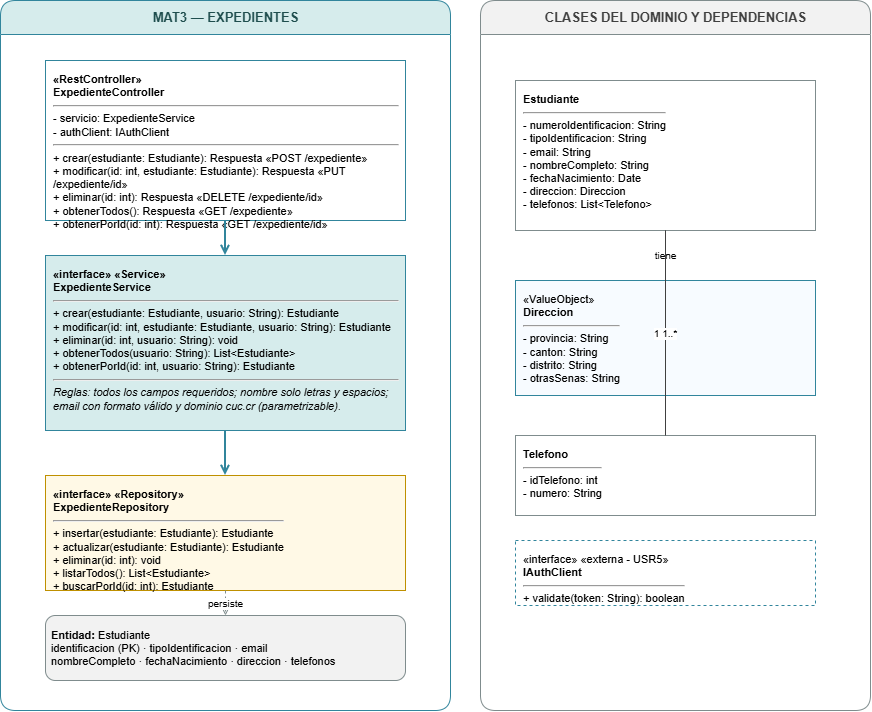
Before: Documentacion/Diagramas Generales/Clases/Microservicios/DiagramaClases_AdministracionExpedientes.png, a diagram exported from draw.io (AskingManCode/MetaU). Source tidied: cells renumbered, new cells last; positions are measured from the earlier drawing's top-left corner, leaving out a move shared by most shapes. Source of this version:
```xml
<mxGraphModel>
  <root>
    <mxCell id="0" />
    <mxCell id="1" parent="0" />
    <mxCell id="2" value="MAT3 — EXPEDIENTES" style="swimlane;html=1;startSize=34;horizontal=1;rounded=1;fillColor=#D6ECEC;swimlaneFillColor=#FFFFFF;strokeColor=#31859C;fontColor=#1F4E4E;fontStyle=1;fontSize=13;" parent="1" vertex="1">
      <mxGeometry width="450" height="710" as="geometry" />
    </mxCell>
    <mxCell id="3" value="CLASES DEL DOMINIO Y DEPENDENCIAS" style="swimlane;html=1;startSize=34;horizontal=1;rounded=1;fillColor=#F2F2F2;swimlaneFillColor=#FFFFFF;strokeColor=#7F8C8D;fontColor=#404040;fontStyle=1;fontSize=13;" parent="1" vertex="1">
      <mxGeometry x="480" width="390" height="710" as="geometry" />
    </mxCell>
    <mxCell id="4" value="&lt;b&gt;&amp;laquo;RestController&amp;raquo;&lt;br&gt;ExpedienteController&lt;/b&gt;&lt;hr&gt;- servicio: ExpedienteService&lt;br&gt;- authClient: IAuthClient&lt;hr&gt;+ crear(estudiante: Estudiante): Respuesta  &amp;laquo;POST /expediente&amp;raquo;&lt;br&gt;+ modificar(id: int, estudiante: Estudiante): Respuesta  &amp;laquo;PUT /expediente/id&amp;raquo;&lt;br&gt;+ eliminar(id: int): Respuesta  &amp;laquo;DELETE /expediente/id&amp;raquo;&lt;br&gt;+ obtenerTodos(): Respuesta  &amp;laquo;GET /expediente&amp;raquo;&lt;br&gt;+ obtenerPorId(id: int): Respuesta  &amp;laquo;GET /expediente/id&amp;raquo;" style="rounded=0;whiteSpace=wrap;html=1;align=left;verticalAlign=top;spacing=8;fillColor=#FFFFFF;strokeColor=#31859C;fontSize=11;" parent="1" vertex="1">
      <mxGeometry x="45" y="60" width="360" height="160" as="geometry" />
    </mxCell>
    <mxCell id="5" value="&lt;b&gt;&amp;laquo;interface&amp;raquo; &amp;laquo;Service&amp;raquo;&lt;br&gt;ExpedienteService&lt;/b&gt;&lt;hr&gt;+ crear(estudiante: Estudiante, usuario: String): Estudiante&lt;br&gt;+ modificar(id: int, estudiante: Estudiante, usuario: String): Estudiante&lt;br&gt;+ eliminar(id: int, usuario: String): void&lt;br&gt;+ obtenerTodos(usuario: String): List&amp;lt;Estudiante&amp;gt;&lt;br&gt;+ obtenerPorId(id: int, usuario: String): Estudiante&lt;hr&gt;&lt;i&gt;Reglas: todos los campos requeridos; nombre solo letras y espacios; email con formato válido y dominio cuc.cr (parametrizable).&lt;/i&gt;" style="rounded=0;whiteSpace=wrap;html=1;align=left;verticalAlign=top;spacing=8;fillColor=#D6ECEC;strokeColor=#31859C;fontSize=11;" parent="1" vertex="1">
      <mxGeometry x="45" y="255" width="360" height="175" as="geometry" />
    </mxCell>
    <mxCell id="6" value="&lt;b&gt;&amp;laquo;interface&amp;raquo; &amp;laquo;Repository&amp;raquo;&lt;br&gt;ExpedienteRepository&lt;/b&gt;&lt;hr&gt;+ insertar(estudiante: Estudiante): Estudiante&lt;br&gt;+ actualizar(estudiante: Estudiante): Estudiante&lt;br&gt;+ eliminar(id: int): void&lt;br&gt;+ listarTodos(): List&amp;lt;Estudiante&amp;gt;&lt;br&gt;+ buscarPorId(id: int): Estudiante" style="rounded=0;whiteSpace=wrap;html=1;align=left;verticalAlign=top;spacing=8;fillColor=#FFF9E6;strokeColor=#BF9000;fontSize=11;" parent="1" vertex="1">
      <mxGeometry x="45" y="475" width="360" height="115" as="geometry" />
    </mxCell>
    <mxCell id="7" value="&lt;b&gt;Entidad:&lt;/b&gt; Estudiante&lt;br&gt;identificacion (PK) · tipoIdentificacion · email&lt;br&gt;nombreCompleto · fechaNacimiento · direccion · telefonos" style="rounded=1;whiteSpace=wrap;html=1;fillColor=#F2F2F2;strokeColor=#7F8C8D;fontSize=11;align=left;spacing=6;" parent="1" vertex="1">
      <mxGeometry x="45" y="615" width="360" height="65" as="geometry" />
    </mxCell>
    <mxCell id="8" style="edgeStyle=orthogonalEdgeStyle;rounded=0;html=1;endArrow=open;endFill=0;strokeWidth=2;strokeColor=#31859C;" parent="1" vertex="1" edge="1" source="4" target="5">
      <mxGeometry relative="1" as="geometry" />
    </mxCell>
    <mxCell id="9" style="edgeStyle=orthogonalEdgeStyle;rounded=0;html=1;endArrow=open;endFill=0;strokeWidth=2;strokeColor=#31859C;" parent="1" vertex="1" edge="1" source="5" target="6">
      <mxGeometry relative="1" as="geometry" />
    </mxCell>
    <mxCell id="10" value="persiste" style="edgeStyle=orthogonalEdgeStyle;rounded=0;html=1;endArrow=open;endFill=0;dashed=1;strokeColor=#7F8C8D;fontSize=10;" parent="1" vertex="1" edge="1" source="6" target="7">
      <mxGeometry relative="1" as="geometry" />
    </mxCell>
    <mxCell id="11" value="&lt;b&gt;Estudiante&lt;/b&gt;&lt;hr&gt;- numeroIdentificacion: String&lt;br&gt;- tipoIdentificacion: String&lt;br&gt;- email: String&lt;br&gt;- nombreCompleto: String&lt;br&gt;- fechaNacimiento: Date&lt;br&gt;- direccion: Direccion&lt;br&gt;- telefonos: List&amp;lt;Telefono&amp;gt;" style="rounded=0;whiteSpace=wrap;html=1;align=left;verticalAlign=top;spacing=8;fillColor=#FFFFFF;strokeColor=#7F8C8D;fontSize=11;" parent="1" vertex="1">
      <mxGeometry x="515" y="80" width="300" height="150" as="geometry" />
    </mxCell>
    <mxCell id="12" value="&amp;laquo;ValueObject&amp;raquo;&lt;br&gt;&lt;b&gt;Direccion&lt;/b&gt;&lt;hr&gt;- provincia: String&lt;br&gt;- canton: String&lt;br&gt;- distrito: String&lt;br&gt;- otrasSenas: String" style="rounded=0;whiteSpace=wrap;html=1;align=left;verticalAlign=top;spacing=8;fillColor=#F7FBFF;strokeColor=#31859C;fontSize=11;" parent="1" vertex="1">
      <mxGeometry x="515" y="280" width="300" height="115" as="geometry" />
    </mxCell>
    <mxCell id="13" value="&lt;b&gt;Telefono&lt;/b&gt;&lt;hr&gt;- idTelefono: int&lt;br&gt;- numero: String" style="rounded=0;whiteSpace=wrap;html=1;align=left;verticalAlign=top;spacing=8;fillColor=#FFFFFF;strokeColor=#7F8C8D;fontSize=11;" parent="1" vertex="1">
      <mxGeometry x="515" y="435" width="300" height="80" as="geometry" />
    </mxCell>
    <mxCell id="14" value="tiene" style="edgeStyle=orthogonalEdgeStyle;rounded=0;html=1;endArrow=none;startArrow=none;strokeColor=#404040;fontSize=10;" parent="1" vertex="1" edge="1" source="11" target="12">
      <mxGeometry relative="1" as="geometry" />
    </mxCell>
    <mxCell id="15" value="1        1..*" style="edgeStyle=orthogonalEdgeStyle;rounded=0;html=1;endArrow=none;startArrow=none;strokeColor=#404040;fontSize=10;" parent="1" vertex="1" edge="1" source="11" target="13">
      <mxGeometry relative="1" as="geometry" />
    </mxCell>
    <mxCell id="16" value="&amp;laquo;interface&amp;raquo; &amp;laquo;externa - USR5&amp;raquo;&lt;br&gt;&lt;b&gt;IAuthClient&lt;/b&gt;&lt;hr&gt;+ validate(token: String): boolean" style="rounded=0;whiteSpace=wrap;html=1;align=left;verticalAlign=top;spacing=8;dashed=1;fillColor=#FFFFFF;strokeColor=#31859C;fontSize=11;" parent="1" vertex="1">
      <mxGeometry x="515" y="540" width="300" height="65" as="geometry" />
    </mxCell>
  </root>
</mxGraphModel>
```
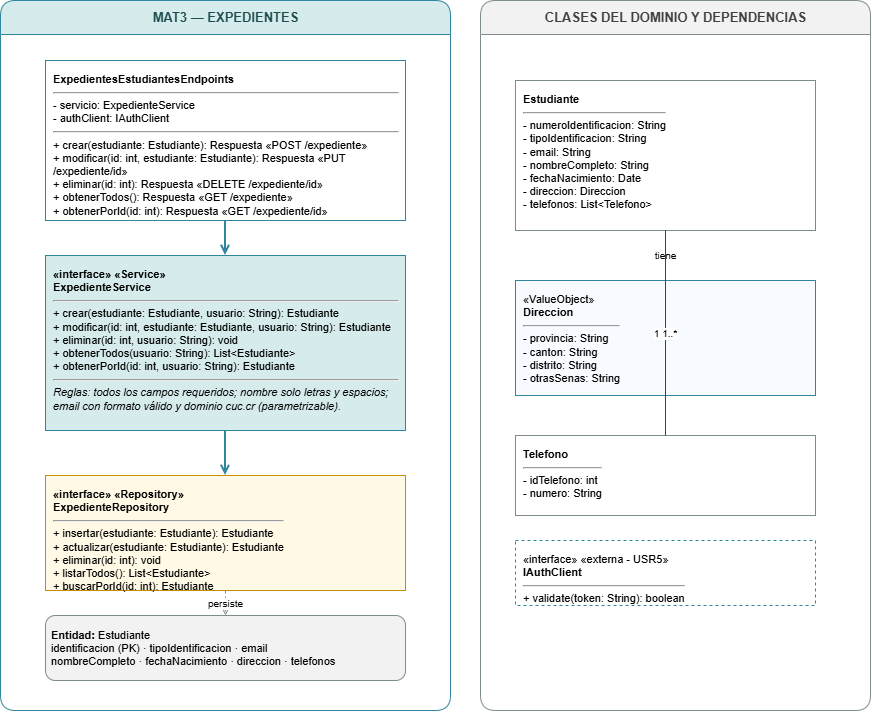
The same diagram one commit later.

Commit message:
fix(diagramas): usar Endpoints en vez de Controller, HU MAT3 (#16)

The edit, as a diff of the source:
```diff
@@ -8,7 +8,7 @@
     <mxCell id="3" value="CLASES DEL DOMINIO Y DEPENDENCIAS" style="swimlane;html=1;startSize=34;horizontal=1;rounded=1;fillColor=#F2F2F2;swimlaneFillColor=#FFFFFF;strokeColor=#7F8C8D;fontColor=#404040;fontStyle=1;fontSize=13;" parent="1" vertex="1">
       <mxGeometry x="480" width="390" height="710" as="geometry" />
     </mxCell>
-    <mxCell id="4" value="&lt;b&gt;&amp;laquo;RestController&amp;raquo;&lt;br&gt;ExpedienteController&lt;/b&gt;&lt;hr&gt;- servicio: ExpedienteService&lt;br&gt;- authClient: IAuthClient&lt;hr&gt;+ crear(estudiante: Estudiante): Respuesta  &amp;laquo;POST /expediente&amp;raquo;&lt;br&gt;+ modificar(id: int, estudiante: Estudiante): Respuesta  &amp;laquo;PUT /expediente/id&amp;raquo;&lt;br&gt;+ eliminar(id: int): Respuesta  &amp;laquo;DELETE /expediente/id&amp;raquo;&lt;br&gt;+ obtenerTodos(): Respuesta  &amp;laquo;GET /expediente&amp;raquo;&lt;br&gt;+ obtenerPorId(id: int): Respuesta  &amp;laquo;GET /expediente/id&amp;raquo;" style="rounded=0;whiteSpace=wrap;html=1;align=left;verticalAlign=top;spacing=8;fillColor=#FFFFFF;strokeColor=#31859C;fontSize=11;" parent="1" vertex="1">
+    <mxCell id="4" value="&lt;b&gt;ExpedientesEstudiantesEndpoints&lt;/b&gt;&lt;hr&gt;- servicio: ExpedienteService&lt;br&gt;- authClient: IAuthClient&lt;hr&gt;+ crear(estudiante: Estudiante): Respuesta  &amp;laquo;POST /expediente&amp;raquo;&lt;br&gt;+ modificar(id: int, estudiante: Estudiante): Respuesta  &amp;laquo;PUT /expediente/id&amp;raquo;&lt;br&gt;+ eliminar(id: int): Respuesta  &amp;laquo;DELETE /expediente/id&amp;raquo;&lt;br&gt;+ obtenerTodos(): Respuesta  &amp;laquo;GET /expediente&amp;raquo;&lt;br&gt;+ obtenerPorId(id: int): Respuesta  &amp;laquo;GET /expediente/id&amp;raquo;" style="rounded=0;whiteSpace=wrap;html=1;align=left;verticalAlign=top;spacing=8;fillColor=#FFFFFF;strokeColor=#31859C;fontSize=11;" parent="1" vertex="1">
       <mxGeometry x="45" y="60" width="360" height="160" as="geometry" />
     </mxCell>
     <mxCell id="5" value="&lt;b&gt;&amp;laquo;interface&amp;raquo; &amp;laquo;Service&amp;raquo;&lt;br&gt;ExpedienteService&lt;/b&gt;&lt;hr&gt;+ crear(estudiante: Estudiante, usuario: String): Estudiante&lt;br&gt;+ modificar(id: int, estudiante: Estudiante, usuario: String): Estudiante&lt;br&gt;+ eliminar(id: int, usuario: String): void&lt;br&gt;+ obtenerTodos(usuario: String): List&amp;lt;Estudiante&amp;gt;&lt;br&gt;+ obtenerPorId(id: int, usuario: String): Estudiante&lt;hr&gt;&lt;i&gt;Reglas: todos los campos requeridos; nombre solo letras y espacios; email con formato válido y dominio cuc.cr (parametrizable).&lt;/i&gt;" style="rounded=0;whiteSpace=wrap;html=1;align=left;verticalAlign=top;spacing=8;fillColor=#D6ECEC;strokeColor=#31859C;fontSize=11;" parent="1" vertex="1">
```
